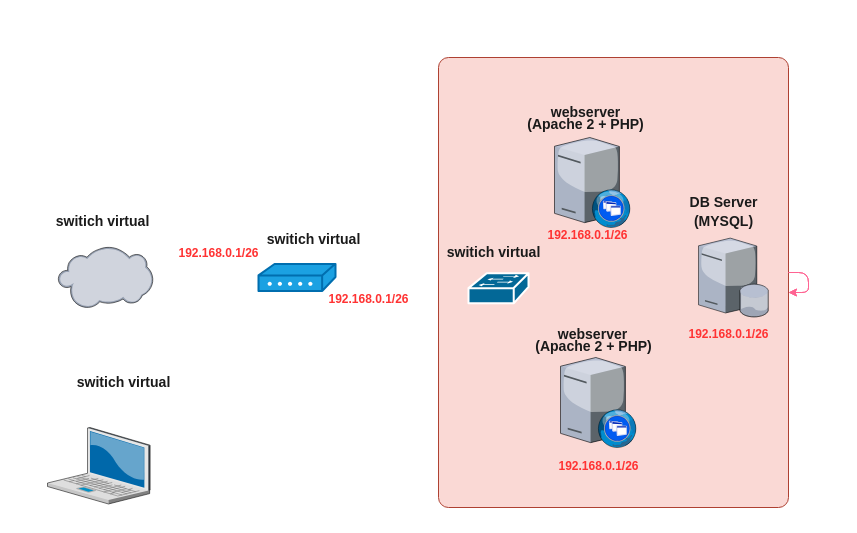
Above: Untitled Diagram.drawio in AjinNF/Diagrams (draw.io), before the change. Source tidied: cells renumbered, new cells numbered last; positions are measured from the earlier drawing's top-left corner, leaving out a move shared by most shapes. Both pictures are drawn from the tidied source at 100%, with x=0, y=0 at pixel (47, 57).
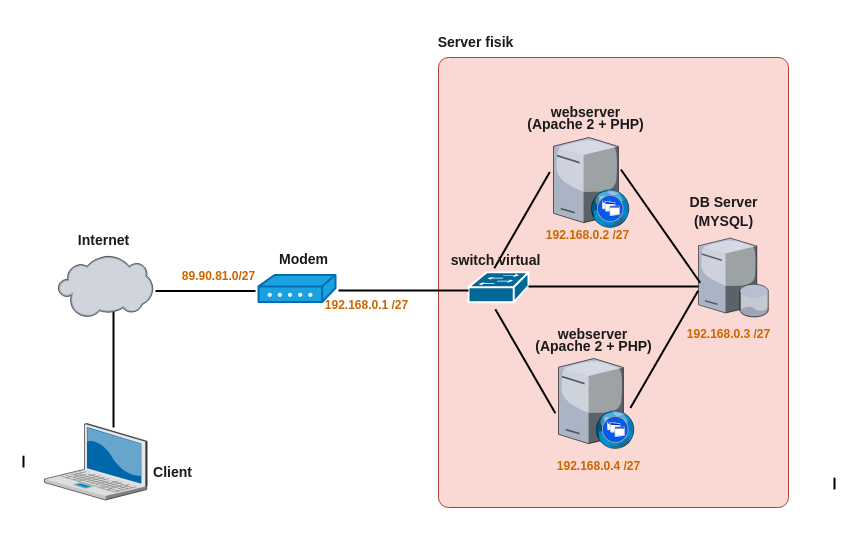
The same page after the edit.

The change refers to these unchanged cells:
```xml
<mxCell id="2" style="html=1;outlineConnect=0;whiteSpace=wrap;fillColor=#fad9d5;shape=mxgraph.archimate3.application;archiType=rounded;strokeColor=#ae4132;" parent="1" vertex="1">
  <mxGeometry x="391" width="350" height="450" as="geometry" />
</mxCell>
```

Change to the diagram source:
```diff
@@
     <mxCell id="4" style="verticalLabelPosition=bottom;html=1;verticalAlign=top;strokeColor=none;align=center;shape=mxgraph.citrix.cloud;fillColor=#FFE45E;fontColor=#5AA9E6;" parent="1" vertex="1">
-      <mxGeometry x="10.5" y="189" width="95" height="62" as="geometry" />
+      <mxGeometry x="10.5" y="198" width="95" height="62" as="geometry" />
     </mxCell>
     <mxCell id="5" style="verticalLabelPosition=bottom;html=1;verticalAlign=top;strokeColor=none;align=center;shape=mxgraph.citrix.laptop_2;fillColor=#FFE45E;fontColor=#5AA9E6;direction=east;" parent="1" vertex="1">
-      <mxGeometry y="370" width="102.6" height="76.5" as="geometry" />
+      <mxGeometry x="-3" y="366" width="102.6" height="76.5" as="geometry" />
     </mxCell>
     <mxCell id="6" style="verticalLabelPosition=bottom;html=1;verticalAlign=top;strokeColor=none;align=center;shape=mxgraph.citrix.xenapp_web;fillColor=#FFE45E;fontColor=#5AA9E6;" parent="1" vertex="1">
-      <mxGeometry x="507" y="80" width="76" height="90" as="geometry" />
+      <mxGeometry x="506" y="80" width="76" height="90" as="geometry" />
     </mxCell>
     <mxCell id="7" style="shape=mxgraph.cisco.modems_and_phones.modem;html=1;dashed=0;fillColor=#1ba1e2;strokeColor=#006EAF;strokeWidth=2;verticalLabelPosition=bottom;verticalAlign=top;align=center;fontColor=#ffffff;" parent="1" vertex="1">
-      <mxGeometry x="211" y="206.5" width="77" height="27" as="geometry" />
+      <mxGeometry x="211" y="217.5" width="77" height="27" as="geometry" />
     </mxCell>
@@
-    <mxCell id="9" style="edgeStyle=orthogonalEdgeStyle;orthogonalLoop=1;jettySize=auto;html=1;strokeColor=#FF6392;fontColor=#5AA9E6;" parent="1" edge="1" source="2" target="2">
-      <mxGeometry relative="1" as="geometry" />
-    </mxCell>
-    <mxCell id="10" style="edgeStyle=orthogonalEdgeStyle;orthogonalLoop=1;jettySize=auto;html=1;strokeColor=#FF6392;fontColor=#5AA9E6;" parent="1" edge="1" source="2" target="2">
-      <mxGeometry relative="1" as="geometry" />
-    </mxCell>
     <mxCell id="11" style="verticalLabelPosition=bottom;html=1;verticalAlign=top;strokeColor=none;align=center;shape=mxgraph.citrix.xenapp_web;fillColor=#FFE45E;fontColor=#5AA9E6;" parent="1" vertex="1">
-      <mxGeometry x="513" y="300" width="76" height="90" as="geometry" />
+      <mxGeometry x="511" y="301" width="76" height="90" as="geometry" />
     </mxCell>
@@
     <mxCell id="13" style="shape=mxgraph.cisco.switches.workgroup_switch;html=1;dashed=0;fillColor=#036897;strokeColor=#ffffff;strokeWidth=2;verticalLabelPosition=bottom;verticalAlign=top;align=center;rounded=0;sketch=0;fontColor=#5AA9E6;" parent="1" vertex="1">
-      <mxGeometry x="421" y="215.8" width="60" height="30" as="geometry" />
+      <mxGeometry x="421" y="214.8" width="60" height="30" as="geometry" />
     </mxCell>
@@
-    <mxCell id="19" value="&lt;h3&gt;&lt;font color=&quot;#1a1a1a&quot;&gt;switich virtual&lt;/font&gt;&lt;/h3&gt;" style="text;html=1;align=center;verticalAlign=middle;fillColor=none;strokeColor=none;rounded=0;sketch=0;fontColor=#5AA9E6;" parent="1" vertex="1">
-      <mxGeometry x="391" y="170" width="110" height="50" as="geometry" />
-    </mxCell>
-    <mxCell id="20" value="&lt;h3&gt;&lt;font style=&quot;font-size: 12px&quot; color=&quot;#ff3333&quot;&gt;192.168.0.1/26&lt;/font&gt;&lt;/h3&gt;" style="text;html=1;align=center;verticalAlign=middle;fillColor=none;strokeColor=none;rounded=0;sketch=0;fontColor=#5AA9E6;" parent="1" vertex="1">
+    <mxCell id="20" value="&lt;h3&gt;&lt;font style=&quot;font-size: 12px&quot; color=&quot;#cc6600&quot;&gt;192.168.0.2 /27&lt;/font&gt;&lt;/h3&gt;" style="text;html=1;align=center;verticalAlign=middle;fillColor=none;strokeColor=none;rounded=0;sketch=0;fontColor=#5AA9E6;" parent="1" vertex="1">
       <mxGeometry x="490" y="151.5" width="100" height="50" as="geometry" />
     </mxCell>
-    <mxCell id="21" value="&lt;h3&gt;&lt;font style=&quot;font-size: 12px&quot; color=&quot;#ff3333&quot;&gt;192.168.0.1/26&lt;/font&gt;&lt;/h3&gt;" style="text;html=1;align=center;verticalAlign=middle;fillColor=none;strokeColor=none;rounded=0;sketch=0;fontColor=#5AA9E6;" parent="1" vertex="1">
+    <mxCell id="21" value="&lt;h3&gt;&lt;font style=&quot;font-size: 12px&quot; color=&quot;#cc6600&quot;&gt;192.168.0.3 /27&lt;/font&gt;&lt;/h3&gt;" style="text;html=1;align=center;verticalAlign=middle;fillColor=none;strokeColor=none;rounded=0;sketch=0;fontColor=#5AA9E6;" parent="1" vertex="1">
       <mxGeometry x="631" y="251" width="100" height="50" as="geometry" />
     </mxCell>
-    <mxCell id="22" value="&lt;h3&gt;&lt;font style=&quot;font-size: 12px&quot; color=&quot;#ff3333&quot;&gt;192.168.0.1/26&lt;/font&gt;&lt;/h3&gt;" style="text;html=1;align=center;verticalAlign=middle;fillColor=none;strokeColor=none;rounded=0;sketch=0;fontColor=#5AA9E6;" parent="1" vertex="1">
+    <mxCell id="22" value="&lt;h3&gt;&lt;font style=&quot;font-size: 12px&quot; color=&quot;#cc6600&quot;&gt;192.168.0.4 /27&lt;/font&gt;&lt;/h3&gt;" style="text;html=1;align=center;verticalAlign=middle;fillColor=none;strokeColor=none;rounded=0;sketch=0;fontColor=#5AA9E6;" parent="1" vertex="1">
       <mxGeometry x="501" y="383.2" width="100" height="50" as="geometry" />
     </mxCell>
-    <mxCell id="23" value="&lt;h3&gt;&lt;font style=&quot;font-size: 12px&quot; color=&quot;#ff3333&quot;&gt;192.168.0.1/26&lt;/font&gt;&lt;/h3&gt;" style="text;html=1;align=center;verticalAlign=middle;fillColor=none;strokeColor=none;rounded=0;sketch=0;fontColor=#5AA9E6;" parent="1" vertex="1">
-      <mxGeometry x="271" y="215.8" width="100" height="50" as="geometry" />
+    <mxCell id="23" value="&lt;h3&gt;&lt;font style=&quot;font-size: 12px&quot; color=&quot;#cc6600&quot;&gt;192.168.0.1 /27&lt;/font&gt;&lt;/h3&gt;" style="text;html=1;align=center;verticalAlign=middle;fillColor=none;strokeColor=none;rounded=0;sketch=0;fontColor=#5AA9E6;" parent="1" vertex="1">
+      <mxGeometry x="269" y="222" width="100" height="50" as="geometry" />
     </mxCell>
-    <mxCell id="24" value="&lt;h3&gt;&lt;font style=&quot;font-size: 12px&quot; color=&quot;#ff3333&quot;&gt;192.168.0.1/26&lt;/font&gt;&lt;/h3&gt;" style="text;html=1;align=center;verticalAlign=middle;fillColor=none;strokeColor=none;rounded=0;sketch=0;fontColor=#5AA9E6;" parent="1" vertex="1">
-      <mxGeometry x="121" y="170" width="100" height="50" as="geometry" />
+    <mxCell id="24" value="&lt;h3&gt;&lt;font style=&quot;font-size: 12px&quot; color=&quot;#cc6600&quot;&gt;89.90.81.0/27&lt;/font&gt;&lt;/h3&gt;" style="text;html=1;align=center;verticalAlign=middle;fillColor=none;strokeColor=none;rounded=0;sketch=0;fontColor=#5AA9E6;" parent="1" vertex="1">
+      <mxGeometry x="126" y="193" width="90" height="50" as="geometry" />
     </mxCell>
-    <mxCell id="25" value="&lt;h3&gt;&lt;font color=&quot;#1a1a1a&quot;&gt;switich virtual&lt;/font&gt;&lt;/h3&gt;" style="text;html=1;align=center;verticalAlign=middle;fillColor=none;strokeColor=none;rounded=0;sketch=0;fontColor=#5AA9E6;" parent="1" vertex="1">
-      <mxGeometry x="211" y="156.5" width="110" height="50" as="geometry" />
+    <mxCell id="25" value="&lt;h3&gt;&lt;font color=&quot;#1a1a1a&quot;&gt;Modem&lt;/font&gt;&lt;/h3&gt;" style="text;html=1;align=center;verticalAlign=middle;fillColor=none;strokeColor=none;rounded=0;sketch=0;fontColor=#5AA9E6;" parent="1" vertex="1">
+      <mxGeometry x="226" y="176.5" width="60" height="50" as="geometry" />
     </mxCell>
-    <mxCell id="26" value="&lt;h3&gt;&lt;font color=&quot;#1a1a1a&quot;&gt;switich virtual&lt;/font&gt;&lt;/h3&gt;" style="text;html=1;align=center;verticalAlign=middle;fillColor=none;strokeColor=none;rounded=0;sketch=0;fontColor=#5AA9E6;" parent="1" vertex="1">
-      <mxGeometry y="139" width="110" height="50" as="geometry" />
+    <mxCell id="26" value="&lt;h3&gt;&lt;font color=&quot;#1a1a1a&quot;&gt;Internet&lt;/font&gt;&lt;/h3&gt;" style="text;html=1;align=center;verticalAlign=middle;fillColor=none;strokeColor=none;rounded=0;sketch=0;fontColor=#5AA9E6;" parent="1" vertex="1">
+      <mxGeometry x="21" y="158" width="70" height="50" as="geometry" />
     </mxCell>
-    <mxCell id="27" value="&lt;h3&gt;&lt;font color=&quot;#1a1a1a&quot;&gt;switich virtual&lt;/font&gt;&lt;/h3&gt;" style="text;html=1;align=center;verticalAlign=middle;fillColor=none;strokeColor=none;rounded=0;sketch=0;fontColor=#5AA9E6;" parent="1" vertex="1">
-      <mxGeometry x="21" y="300" width="110" height="50" as="geometry" />
+    <mxCell id="27" value="&lt;h3&gt;&lt;font color=&quot;#1a1a1a&quot;&gt;Client&lt;/font&gt;&lt;/h3&gt;" style="text;html=1;align=center;verticalAlign=middle;fillColor=none;strokeColor=none;rounded=0;sketch=0;fontColor=#5AA9E6;" parent="1" vertex="1">
+      <mxGeometry x="99.6" y="390" width="50" height="50" as="geometry" />
     </mxCell>
+    <mxCell id="28" value="&lt;h3&gt;&lt;font color=&quot;#1a1a1a&quot;&gt;Server fisik&lt;/font&gt;&lt;/h3&gt;" style="text;html=1;align=center;verticalAlign=middle;fillColor=none;strokeColor=none;rounded=0;sketch=0;fontColor=#5AA9E6;" parent="1" vertex="1">
+      <mxGeometry x="383" y="-40" width="90" height="50" as="geometry" />
+    </mxCell>
+    <mxCell id="29" style="line;strokeWidth=2;html=1;rounded=0;sketch=0;fillColor=#FFE45E;fontColor=#5AA9E6;" parent="1" vertex="1">
+      <mxGeometry x="481" y="224" width="170" height="10" as="geometry" />
+    </mxCell>
+    <mxCell id="30" style="line;strokeWidth=2;html=1;rounded=0;sketch=0;fillColor=#FFE45E;fontColor=#5AA9E6;" parent="1" vertex="1">
+      <mxGeometry x="291" y="218" width="130" height="30" as="geometry" />
+    </mxCell>
+    <mxCell id="31" style="line;strokeWidth=2;html=1;rounded=0;sketch=0;fillColor=#FFE45E;fontColor=#5AA9E6;" parent="1" vertex="1">
+      <mxGeometry x="108" y="228.5" width="100" height="10" as="geometry" />
+    </mxCell>
+    <mxCell id="32" style="line;strokeWidth=2;direction=south;html=1;rounded=0;sketch=0;fillColor=#FFE45E;fontColor=#5AA9E6;" parent="1" vertex="1">
+      <mxGeometry x="61" y="254.4" width="10" height="115.6" as="geometry" />
+    </mxCell>
+    <mxCell id="33" style="line;strokeWidth=2;html=1;rounded=0;sketch=0;fillColor=#FFE45E;fontColor=#5AA9E6;rotation=-60;" parent="1" vertex="1">
+      <mxGeometry x="419" y="101.9" width="111.1" height="121.6" as="geometry" />
+    </mxCell>
+    <mxCell id="34" style="line;strokeWidth=2;html=1;rounded=0;sketch=0;fillColor=#FFE45E;fontColor=#5AA9E6;rotation=-120;" parent="1" vertex="1">
+      <mxGeometry x="417.8" y="242.9" width="120.1" height="121.6" as="geometry" />
+    </mxCell>
+    <mxCell id="19" value="&lt;h3&gt;&lt;font color=&quot;#1a1a1a&quot;&gt;switch virtual&lt;/font&gt;&lt;/h3&gt;" style="text;html=1;align=center;verticalAlign=middle;fillColor=none;strokeColor=none;rounded=0;sketch=0;fontColor=#5AA9E6;" parent="1" vertex="1">
+      <mxGeometry x="393" y="178" width="110" height="50" as="geometry" />
+    </mxCell>
+    <mxCell id="35" style="line;strokeWidth=2;html=1;rounded=0;sketch=0;fillColor=#FFE45E;fontColor=#5AA9E6;rotation=-125;" parent="1" vertex="1">
+      <mxGeometry x="543.9" y="107.8" width="138.3" height="121.6" as="geometry" />
+    </mxCell>
+    <mxCell id="36" style="line;strokeWidth=2;html=1;rounded=0;sketch=0;fillColor=#FFE45E;fontColor=#5AA9E6;rotation=-60;" parent="1" vertex="1">
+      <mxGeometry x="549" y="262.4" width="135.5" height="59" as="geometry" />
+    </mxCell>
+    <mxCell id="37" style="line;strokeWidth=2;direction=south;html=1;rounded=0;sketch=0;fillColor=#FFE45E;fontColor=#5AA9E6;" parent="1" vertex="1">
+      <mxGeometry x="-29" y="398.2" width="10" height="11.8" as="geometry" />
+    </mxCell>
+    <mxCell id="38" style="line;strokeWidth=2;direction=south;html=1;rounded=0;sketch=0;fillColor=#FFE45E;fontColor=#5AA9E6;" parent="1" vertex="1">
+      <mxGeometry x="782" y="420.2" width="10" height="11.8" as="geometry" />
+    </mxCell>
```
